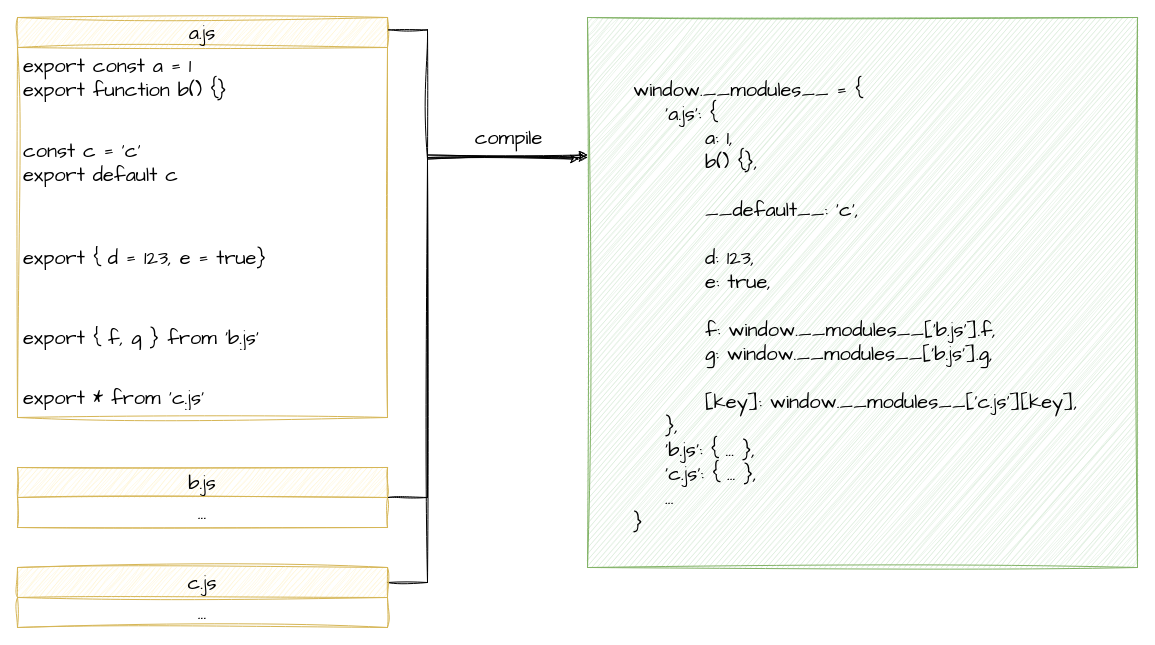
Earlier version of the draw.io diagram export.drawio (zh-lx/draw.io). Source tidied: cells renumbered, new cells numbered last; positions are measured from the earlier drawing's top-left corner, leaving out a move shared by most shapes. Both pictures are drawn from the tidied source at 100%, with x=0, y=0 at pixel (17, 17).
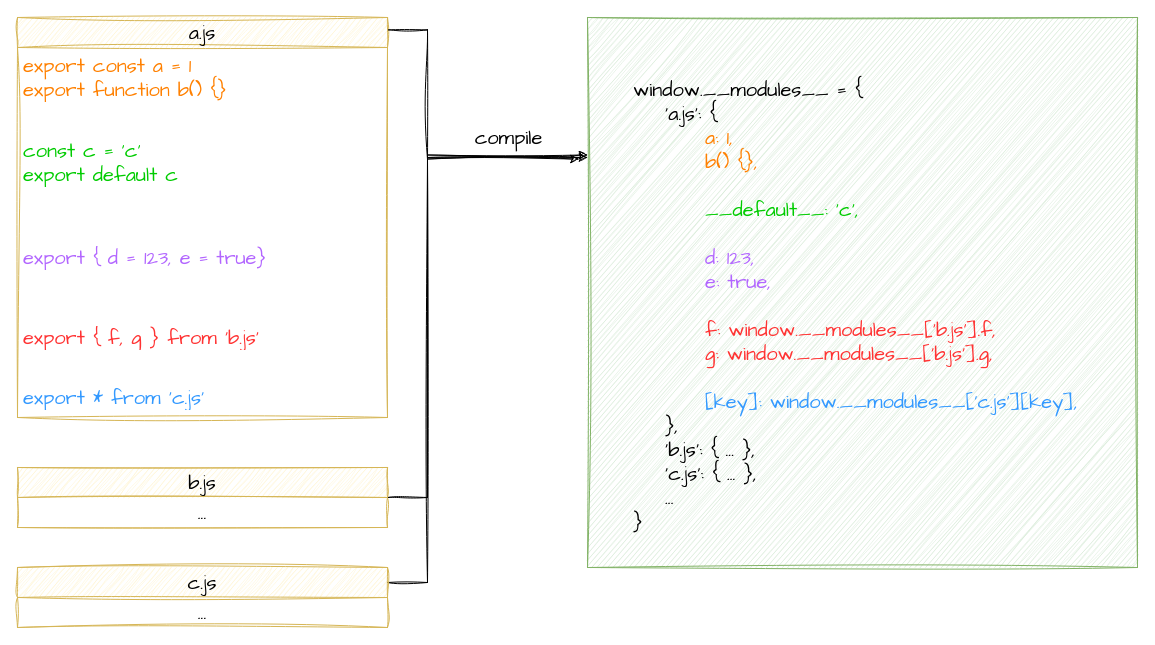
After the change.

Unchanged cells that the change refers to:
```xml
<mxCell id="2" value="&lt;font face=&quot;Comic Sans MS&quot;&gt;a.js&lt;/font&gt;" style="swimlane;fontStyle=0;horizontal=1;startSize=30;whiteSpace=wrap;html=1;sketch=1;hachureGap=4;jiggle=2;curveFitting=1;fontFamily=Architects Daughter;fontSize=20;fillColor=#fff2cc;strokeColor=#d6b656;" parent="1" vertex="1">
  <mxGeometry width="370" height="400" as="geometry" />
</mxCell>
```

Change to the diagram source:
```diff
@@
-    <mxCell id="3" value="&lt;font face=&quot;Comic Sans MS&quot;&gt;export const a = 1&lt;br&gt;export function b() {}&lt;br&gt;&lt;/font&gt;" style="text;strokeColor=none;fillColor=none;align=left;verticalAlign=middle;spacingLeft=4;spacingRight=4;overflow=hidden;whiteSpace=wrap;html=1;fontSize=20;fontFamily=Architects Daughter;" parent="2" vertex="1">
+    <mxCell id="3" value="&lt;font face=&quot;Comic Sans MS&quot;&gt;&lt;font color=&quot;#ff8000&quot;&gt;export const a = 1&lt;br&gt;export function b() {}&lt;/font&gt;&lt;br&gt;&lt;/font&gt;" style="text;strokeColor=none;fillColor=none;align=left;verticalAlign=middle;spacingLeft=4;spacingRight=4;overflow=hidden;whiteSpace=wrap;html=1;fontSize=20;fontFamily=Architects Daughter;" parent="2" vertex="1">
       <mxGeometry y="30" width="370" height="60" as="geometry" />
     </mxCell>
-    <mxCell id="4" value="&lt;font face=&quot;Comic Sans MS&quot;&gt;const c = 'c'&lt;br&gt;export default c&lt;/font&gt;" style="text;strokeColor=none;fillColor=none;align=left;verticalAlign=middle;spacingLeft=4;spacingRight=4;overflow=hidden;whiteSpace=wrap;html=1;fontSize=20;fontFamily=Architects Daughter;" parent="2" vertex="1">
+    <mxCell id="4" value="&lt;font color=&quot;#00cc00&quot; face=&quot;Comic Sans MS&quot;&gt;const c = 'c'&lt;br&gt;export default c&lt;/font&gt;" style="text;strokeColor=none;fillColor=none;align=left;verticalAlign=middle;spacingLeft=4;spacingRight=4;overflow=hidden;whiteSpace=wrap;html=1;fontSize=20;fontFamily=Architects Daughter;" parent="2" vertex="1">
       <mxGeometry y="90" width="370" height="110" as="geometry" />
     </mxCell>
-    <mxCell id="5" value="&lt;font face=&quot;Comic Sans MS&quot;&gt;export { d = 123, e = true}&lt;/font&gt;" style="text;strokeColor=none;fillColor=none;align=left;verticalAlign=middle;spacingLeft=4;spacingRight=4;overflow=hidden;whiteSpace=wrap;html=1;fontSize=20;fontFamily=Architects Daughter;" parent="2" vertex="1">
+    <mxCell id="5" value="&lt;font color=&quot;#b266ff&quot; face=&quot;Comic Sans MS&quot;&gt;export { d = 123, e = true}&lt;/font&gt;" style="text;strokeColor=none;fillColor=none;align=left;verticalAlign=middle;spacingLeft=4;spacingRight=4;overflow=hidden;whiteSpace=wrap;html=1;fontSize=20;fontFamily=Architects Daughter;" parent="2" vertex="1">
       <mxGeometry y="200" width="370" height="80" as="geometry" />
     </mxCell>
-    <mxCell id="6" value="&lt;font face=&quot;Comic Sans MS&quot;&gt;export { f, g } from 'b.js'&lt;/font&gt;" style="text;strokeColor=none;fillColor=none;align=left;verticalAlign=middle;spacingLeft=4;spacingRight=4;overflow=hidden;whiteSpace=wrap;html=1;fontSize=20;fontFamily=Architects Daughter;" parent="2" vertex="1">
+    <mxCell id="6" value="&lt;font color=&quot;#ff3333&quot; face=&quot;Comic Sans MS&quot;&gt;export { f, g } from 'b.js'&lt;/font&gt;" style="text;strokeColor=none;fillColor=none;align=left;verticalAlign=middle;spacingLeft=4;spacingRight=4;overflow=hidden;whiteSpace=wrap;html=1;fontSize=20;fontFamily=Architects Daughter;" parent="2" vertex="1">
       <mxGeometry y="280" width="370" height="80" as="geometry" />
     </mxCell>
-    <mxCell id="7" value="&lt;font face=&quot;Comic Sans MS&quot;&gt;export * from 'c.js'&lt;/font&gt;" style="text;strokeColor=none;fillColor=none;align=left;verticalAlign=middle;spacingLeft=4;spacingRight=4;overflow=hidden;whiteSpace=wrap;html=1;fontSize=20;fontFamily=Architects Daughter;" parent="2" vertex="1">
+    <mxCell id="7" value="&lt;font color=&quot;#3399ff&quot; face=&quot;Comic Sans MS&quot;&gt;export * from 'c.js'&lt;/font&gt;" style="text;strokeColor=none;fillColor=none;align=left;verticalAlign=middle;spacingLeft=4;spacingRight=4;overflow=hidden;whiteSpace=wrap;html=1;fontSize=20;fontFamily=Architects Daughter;" parent="2" vertex="1">
       <mxGeometry y="360" width="370" height="40" as="geometry" />
     </mxCell>
@@
-    <mxCell id="11" value="&lt;font face=&quot;Comic Sans MS&quot;&gt;window.__modules__ = {&lt;br&gt;&amp;nbsp; &amp;nbsp; 'a.js': {&lt;br&gt;&amp;nbsp; &amp;nbsp; &amp;nbsp; &amp;nbsp; &amp;nbsp;a: 1,&lt;br&gt;&amp;nbsp; &amp;nbsp; &amp;nbsp; &amp;nbsp; &amp;nbsp;b() {},&lt;br&gt;&lt;br&gt;&amp;nbsp; &amp;nbsp; &amp;nbsp; &amp;nbsp; &amp;nbsp;__default__: 'c',&lt;br&gt;&lt;br&gt;&amp;nbsp; &amp;nbsp; &amp;nbsp; &amp;nbsp; &amp;nbsp;d: 123,&lt;br&gt;&amp;nbsp; &amp;nbsp; &amp;nbsp; &amp;nbsp; &amp;nbsp;e: true,&lt;br&gt;&lt;br&gt;&amp;nbsp; &amp;nbsp; &amp;nbsp; &amp;nbsp; &amp;nbsp;f: window.__modules__['b.js'].f,&lt;br&gt;&amp;nbsp; &amp;nbsp; &amp;nbsp; &amp;nbsp; &amp;nbsp;g: window.__modules__['b.js'].g,&lt;br&gt;&lt;br&gt;&amp;nbsp; &amp;nbsp; &amp;nbsp; &amp;nbsp; &amp;nbsp;[key]:&amp;nbsp;window.__modules__['c.js'][key],&lt;br&gt;&amp;nbsp; &amp;nbsp; },&lt;br&gt;&amp;nbsp; &amp;nbsp; 'b.js': { ... },&lt;br&gt;&amp;nbsp; &amp;nbsp; 'c.js': { ... },&lt;br&gt;&amp;nbsp; &amp;nbsp; ...&lt;br&gt;}&lt;br&gt;&lt;br&gt;&lt;/font&gt;" style="text;html=1;strokeColor=none;fillColor=none;align=left;verticalAlign=middle;whiteSpace=wrap;rounded=0;fontSize=20;fontFamily=Architects Daughter;" parent="1" vertex="1">
+    <mxCell id="11" value="&lt;font face=&quot;Comic Sans MS&quot;&gt;window.__modules__ = {&lt;br&gt;&amp;nbsp; &amp;nbsp; 'a.js': {&lt;br&gt;&amp;nbsp; &amp;nbsp; &amp;nbsp; &amp;nbsp; &amp;nbsp;&lt;font color=&quot;#ff8000&quot;&gt;a: 1,&lt;br&gt;&amp;nbsp; &amp;nbsp; &amp;nbsp; &amp;nbsp; &amp;nbsp;b() {},&lt;/font&gt;&lt;br&gt;&lt;br&gt;&amp;nbsp; &amp;nbsp; &amp;nbsp; &amp;nbsp; &amp;nbsp;&lt;font color=&quot;#00cc00&quot;&gt;__default__: 'c',&lt;/font&gt;&lt;br&gt;&lt;br&gt;&amp;nbsp; &amp;nbsp; &amp;nbsp; &amp;nbsp; &amp;nbsp;&lt;font color=&quot;#b266ff&quot;&gt;d: 123,&lt;br&gt;&amp;nbsp; &amp;nbsp; &amp;nbsp; &amp;nbsp; &amp;nbsp;e: true,&lt;/font&gt;&lt;br&gt;&lt;br&gt;&amp;nbsp; &amp;nbsp; &amp;nbsp; &amp;nbsp; &amp;nbsp;&lt;font color=&quot;#ff3333&quot;&gt;f: window.__modules__['b.js'].f,&lt;br&gt;&amp;nbsp; &amp;nbsp; &amp;nbsp; &amp;nbsp; &amp;nbsp;g: window.__modules__['b.js'].g,&lt;br&gt;&lt;/font&gt;&lt;br&gt;&amp;nbsp; &amp;nbsp; &amp;nbsp; &amp;nbsp; &amp;nbsp;&lt;font color=&quot;#3399ff&quot;&gt;[key]:&amp;nbsp;window.__modules__['c.js'][key],&lt;/font&gt;&lt;br&gt;&amp;nbsp; &amp;nbsp; },&lt;br&gt;&amp;nbsp; &amp;nbsp; 'b.js': { ... },&lt;br&gt;&amp;nbsp; &amp;nbsp; 'c.js': { ... },&lt;br&gt;&amp;nbsp; &amp;nbsp; ...&lt;br&gt;}&lt;br&gt;&lt;br&gt;&lt;/font&gt;" style="text;html=1;strokeColor=none;fillColor=none;align=left;verticalAlign=middle;whiteSpace=wrap;rounded=0;fontSize=20;fontFamily=Architects Daughter;" parent="1" vertex="1">
       <mxGeometry x="614" y="88.8" width="463" height="422.5" as="geometry" />
     </mxCell>
```
